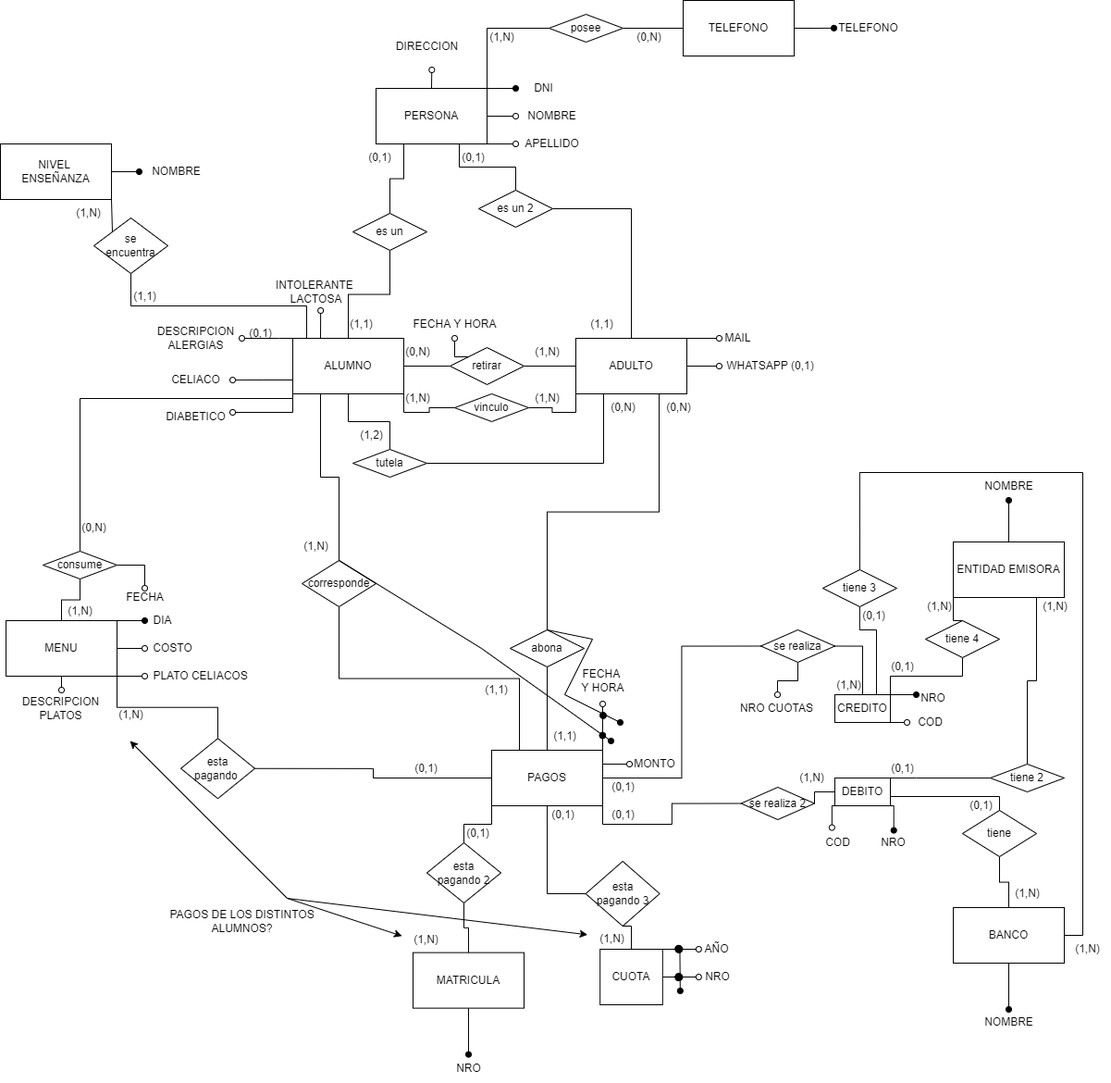
Above: PRACTICA 2/Parte1/Ejercicio12/Ejercicio12-logico.png in agusrnfr/DBD (draw.io), before the change. Source tidied: cells renumbered, new cells last; positions are measured from the earlier drawing's top-left corner, leaving out a move shared by most shapes.
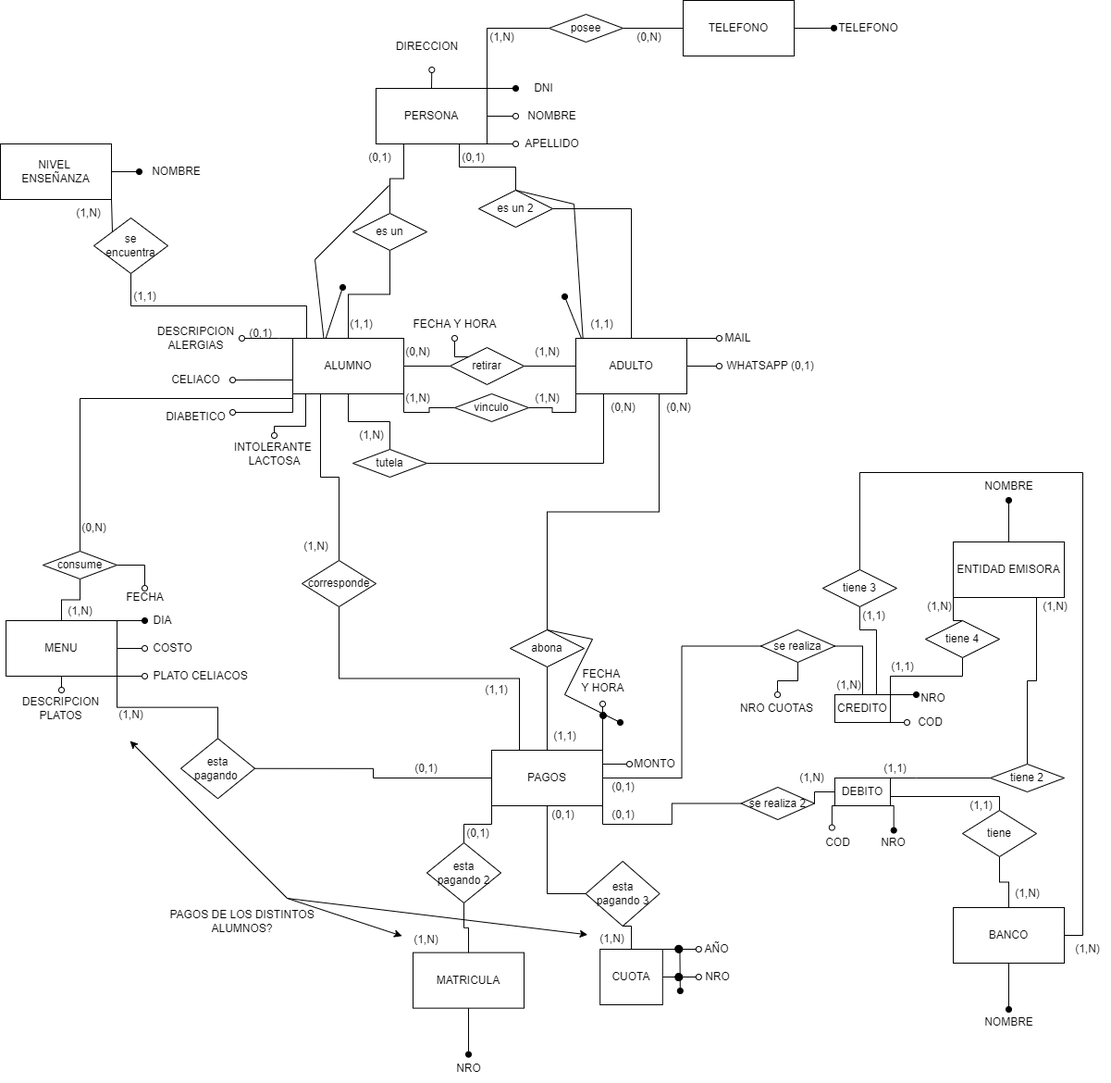
Above is the later version.

The edit, as a diff of the source:
```diff
@@ -72,9 +72,13 @@
         </Array>
       </mxGeometry>
     </mxCell>
-    <mxCell id="19" style="edgeStyle=orthogonalEdgeStyle;rounded=0;jettySize=auto;html=1;exitX=0.25;exitY=0;exitDx=0;exitDy=0;startArrow=none;startFill=0;endArrow=oval;endFill=0;" parent="1" edge="1" source="24">
+    <mxCell id="19" style="edgeStyle=orthogonalEdgeStyle;rounded=0;jettySize=auto;html=1;exitX=0.25;exitY=1;exitDx=0;exitDy=0;startArrow=none;startFill=0;endArrow=oval;endFill=0;" parent="1" edge="1" source="24" target="49">
       <mxGeometry relative="1" as="geometry">
-        <mxPoint x="346.1" y="335" as="targetPoint" />
+        <Array as="points">
+          <mxPoint x="330" y="425" />
+          <mxPoint x="330" y="460" />
+          <mxPoint x="296" y="460" />
+        </Array>
       </mxGeometry>
     </mxCell>
     <mxCell id="20" style="edgeStyle=orthogonalEdgeStyle;rounded=0;jettySize=auto;html=1;exitX=0;exitY=0;exitDx=0;exitDy=0;entryX=1;entryY=0.5;entryDx=0;entryDy=0;startArrow=none;startFill=0;endArrow=oval;endFill=0;" parent="1" edge="1" source="24">
@@ -172,7 +176,7 @@
     <mxCell id="43" value="(0,N)" style="text;html=1;align=center;verticalAlign=middle;strokeColor=none;fillColor=none;" parent="1" vertex="1">
       <mxGeometry x="647.6" y="425" width="50" height="30" as="geometry" />
     </mxCell>
-    <mxCell id="44" value="(1,2)" style="text;html=1;align=center;verticalAlign=middle;strokeColor=none;fillColor=none;" parent="1" vertex="1">
+    <mxCell id="44" value="(1,N)" style="text;html=1;align=center;verticalAlign=middle;strokeColor=none;fillColor=none;" parent="1" vertex="1">
       <mxGeometry x="376" y="455" width="50" height="30" as="geometry" />
     </mxCell>
     <mxCell id="45" value="FECHA Y HORA" style="text;html=1;align=center;verticalAlign=middle;strokeColor=none;fillColor=none;" parent="1" vertex="1">
@@ -188,7 +192,7 @@
       <mxGeometry x="166" y="435" width="90" height="30" as="geometry" />
     </mxCell>
     <mxCell id="49" value="INTOLERANTE&amp;nbsp;&lt;br&gt;LACTOSA" style="text;html=1;align=center;verticalAlign=middle;points=[];strokeColor=none;fillColor=none;" parent="1" vertex="1">
-      <mxGeometry x="286" y="295" width="110" height="40" as="geometry" />
+      <mxGeometry x="241" y="470" width="110" height="40" as="geometry" />
     </mxCell>
     <mxCell id="50" value="DESCRIPCION&lt;br&gt;ALERGIAS" style="text;html=1;align=center;verticalAlign=middle;strokeColor=none;fillColor=none;" parent="1" vertex="1">
       <mxGeometry x="156" y="345" width="110" height="40" as="geometry" />
@@ -318,14 +322,6 @@
     <mxCell id="86" value="(1,N)" style="text;html=1;align=center;verticalAlign=middle;strokeColor=none;fillColor=none;" parent="1" vertex="1">
       <mxGeometry x="316" y="575" width="50" height="30" as="geometry" />
     </mxCell>
-    <mxCell id="87" style="endArrow=oval;html=1;rounded=0;exitX=0.5;exitY=0;exitDx=0;exitDy=0;endFill=1;" parent="1" edge="1" source="84">
-      <mxGeometry relative="1" as="geometry">
-        <mxPoint x="660" y="800" as="targetPoint" />
-        <Array as="points">
-          <mxPoint x="520" y="700" />
-        </Array>
-      </mxGeometry>
-    </mxCell>
     <mxCell id="88" style="endArrow=oval;html=1;rounded=0;exitX=0.5;exitY=0;exitDx=0;exitDy=0;endFill=1;" parent="1" edge="1" source="79">
       <mxGeometry relative="1" as="geometry">
         <mxPoint x="670" y="780" as="targetPoint" />
@@ -338,9 +334,6 @@
     <mxCell id="89" style="shape=(stored shape, 632 characters);lineShape=1;" parent="1" vertex="1">
       <mxGeometry x="648.2" y="769.1" width="6.5" height="6.5" as="geometry" />
     </mxCell>
-    <mxCell id="90" style="shape=(stored shape, 632 characters);lineShape=1;" parent="1" vertex="1">
-      <mxGeometry x="647.6" y="790.8" width="6.5" height="6.5" as="geometry" />
-    </mxCell>
     <mxCell id="91" value="MONTO" style="text;html=1;align=center;verticalAlign=middle;strokeColor=none;fillColor=none;" parent="1" vertex="1">
       <mxGeometry x="672" y="810" width="70" height="30" as="geometry" />
     </mxCell>
@@ -567,12 +560,9 @@
     <mxCell id="150" value="(1,N)" style="text;html=1;align=center;verticalAlign=middle;strokeColor=none;fillColor=none;" parent="1" vertex="1">
       <mxGeometry x="990" y="640" width="50" height="30" as="geometry" />
     </mxCell>
-    <mxCell id="151" value="(0,1)" style="text;html=1;align=center;verticalAlign=middle;strokeColor=none;fillColor=none;" parent="1" vertex="1">
+    <mxCell id="151" value="(1,1)" style="text;html=1;align=center;verticalAlign=middle;strokeColor=none;fillColor=none;" parent="1" vertex="1">
       <mxGeometry x="950" y="705" width="50" height="30" as="geometry" />
     </mxCell>
-    <mxCell id="152" value="(0,1)" style="text;html=1;align=center;verticalAlign=middle;strokeColor=none;fillColor=none;" parent="1" vertex="1">
-      <mxGeometry x="1035" y="855" width="50" height="30" as="geometry" />
-    </mxCell>
     <mxCell id="153" value="(1,N)" style="text;html=1;align=center;verticalAlign=middle;strokeColor=none;fillColor=none;" parent="1" vertex="1">
       <mxGeometry x="1085" y="950" width="50" height="30" as="geometry" />
     </mxCell>
@@ -647,20 +637,42 @@
     <mxCell id="176" value="tiene 2" style="rhombus;whiteSpace=wrap;html=1;" parent="1" vertex="1">
       <mxGeometry x="1070" y="825" width="80" height="30" as="geometry" />
     </mxCell>
-    <mxCell id="177" value="(0,1)" style="text;html=1;align=center;verticalAlign=middle;strokeColor=none;fillColor=none;" parent="1" vertex="1">
-      <mxGeometry x="950" y="815" width="50" height="30" as="geometry" />
-    </mxCell>
     <mxCell id="178" value="(1,N)" style="text;html=1;align=center;verticalAlign=middle;strokeColor=none;fillColor=none;" parent="1" vertex="1">
       <mxGeometry x="1115" y="640" width="50" height="30" as="geometry" />
     </mxCell>
     <mxCell id="179" value="tiene 3" style="rhombus;whiteSpace=wrap;html=1;" parent="1" vertex="1">
       <mxGeometry x="888.9" y="615" width="80" height="40" as="geometry" />
     </mxCell>
-    <mxCell id="180" value="(0,1)" style="text;html=1;align=center;verticalAlign=middle;strokeColor=none;fillColor=none;" parent="1" vertex="1">
+    <mxCell id="180" value="(1,1)" style="text;html=1;align=center;verticalAlign=middle;strokeColor=none;fillColor=none;" parent="1" vertex="1">
       <mxGeometry x="918.9" y="650" width="50" height="30" as="geometry" />
     </mxCell>
     <mxCell id="181" value="(1,N)" style="text;html=1;align=center;verticalAlign=middle;strokeColor=none;fillColor=none;" parent="1" vertex="1">
       <mxGeometry x="1150" y="1009.8" width="50" height="30" as="geometry" />
     </mxCell>
+    <mxCell id="182" style="endArrow=none;html=1;rounded=0;endFill=0;startArrow=oval;startFill=1;" parent="1" edge="1">
+      <mxGeometry relative="1" as="geometry">
+        <mxPoint x="370" y="310" as="sourcePoint" />
+        <mxPoint x="420" y="200" as="targetPoint" />
+        <Array as="points">
+          <mxPoint x="350" y="370" />
+          <mxPoint x="340" y="280" />
+        </Array>
+      </mxGeometry>
+    </mxCell>
+    <mxCell id="183" style="endArrow=oval;html=1;rounded=0;exitX=0.5;exitY=0;exitDx=0;exitDy=0;endFill=1;" parent="1" edge="1" source="166">
+      <mxGeometry relative="1" as="geometry">
+        <mxPoint x="610" y="320" as="targetPoint" />
+        <Array as="points">
+          <mxPoint x="620" y="220" />
+          <mxPoint x="630" y="370" />
+        </Array>
+      </mxGeometry>
+    </mxCell>
+    <mxCell id="184" value="(1,1)" style="text;html=1;align=center;verticalAlign=middle;strokeColor=none;fillColor=none;" parent="1" vertex="1">
+      <mxGeometry x="942" y="814.8" width="50" height="30" as="geometry" />
+    </mxCell>
+    <mxCell id="185" value="(1,1)" style="text;html=1;align=center;verticalAlign=middle;strokeColor=none;fillColor=none;" parent="1" vertex="1">
+      <mxGeometry x="1035" y="855" width="50" height="30" as="geometry" />
+    </mxCell>
   </root>
 </mxGraphModel>
```
